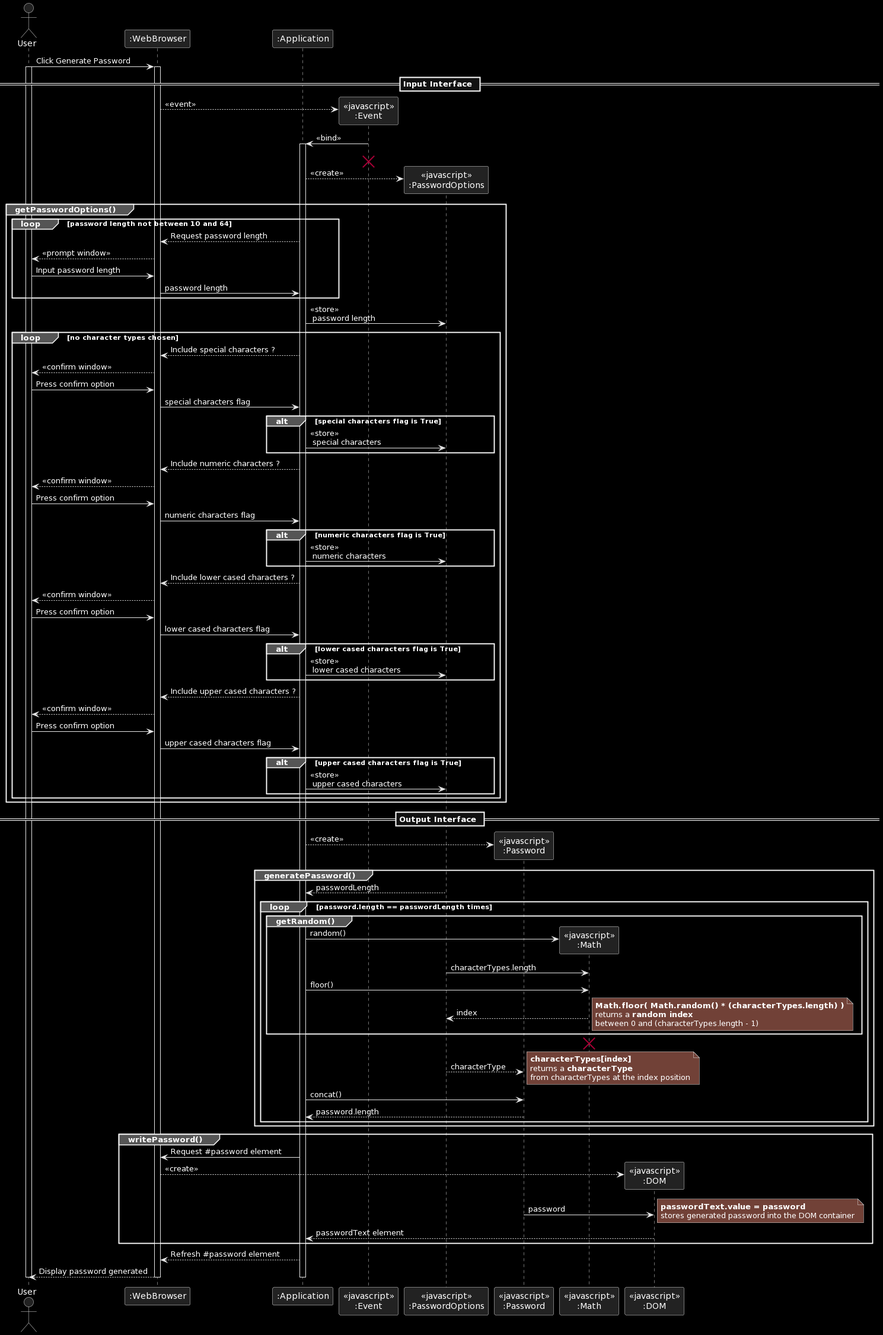
The PlantUML diagram docs/assets/generate-password-sequence-diagram.png in technoveltyco/bootcamp-week5-challenge, before a commit.
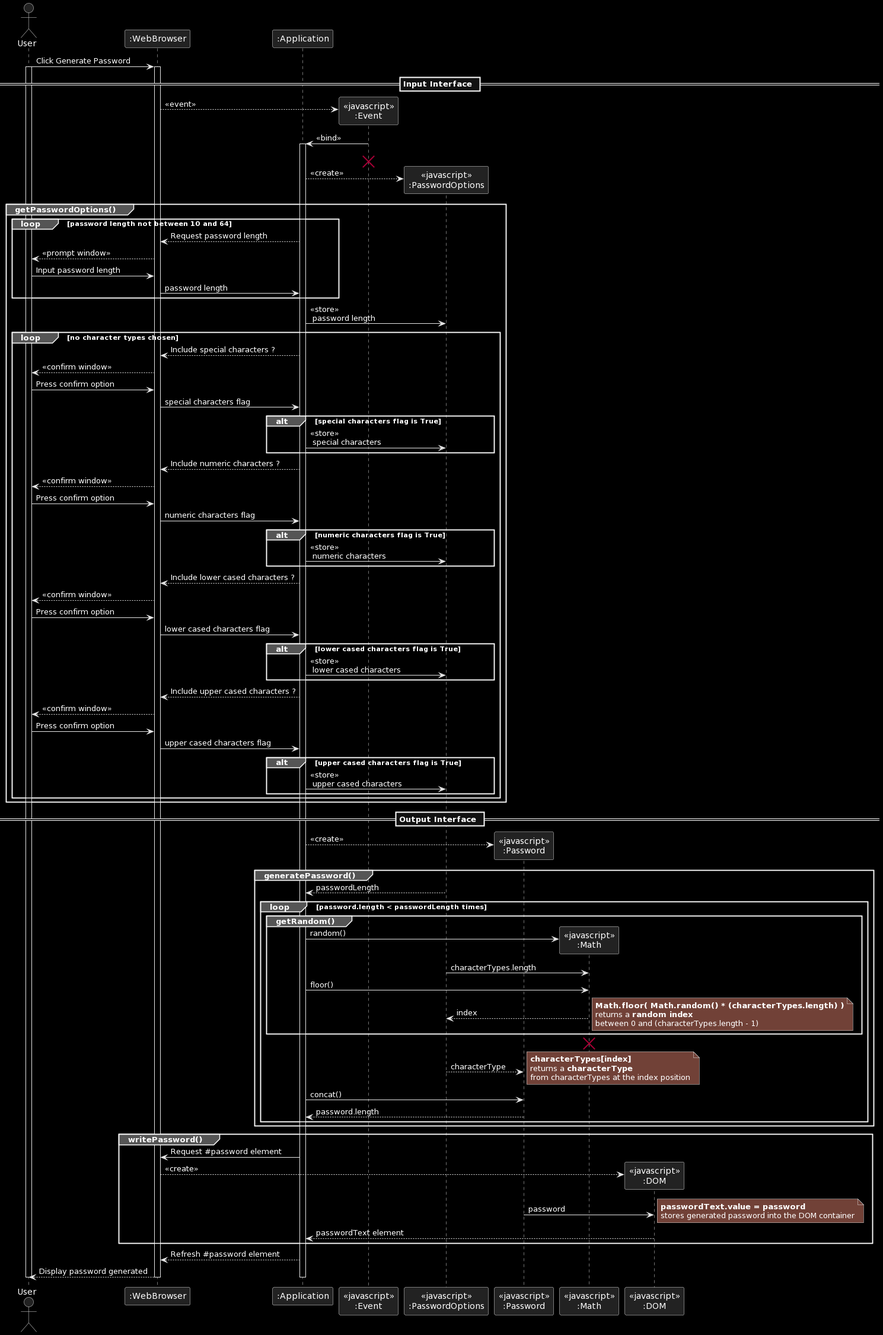
The same diagram one commit later.

Commit message:
Amend sequence diagrams

What changed in the source:
```diff
@@ -75,7 +75,7 @@
 
   ":Application"<--"<< javascript >>\n:PasswordOptions": passwordLength
 
-  loop password.length == passwordLength times
+  loop password.length < passwordLength times
 
     group getRandom()
 
```
